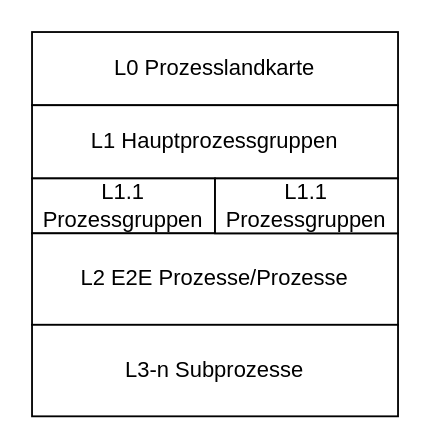
Above: L0-L3.drawio in Lupus1974/MyStuff (draw.io), before the change. Source tidied: cells renumbered, new cells numbered last; positions are measured from the earlier drawing's top-left corner, leaving out a move shared by most shapes. Both pictures are drawn from the tidied source at 183%, with x=0, y=0 at pixel (31, 31).
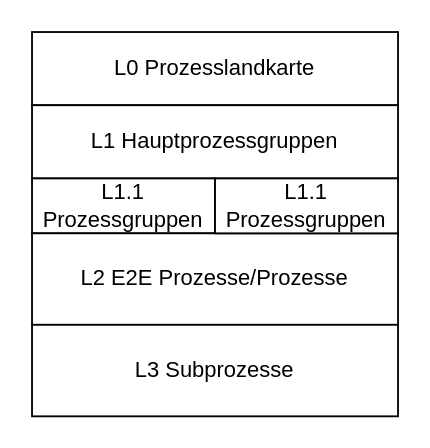
Above is the later version.

Diff of the diagram source:
```diff
@@
 <mxGraphModel>
   <root>
     <mxCell id="0" />
     <mxCell id="1" parent="0" />
     <mxCell id="2" value="L0 Prozesslandkarte" style="rounded=0;whiteSpace=wrap;html=1;fillColor=light-dark(#FFFFFF,#99FF99);fontColor=light-dark(#000000,#000000);" parent="1" vertex="1">
       <mxGeometry width="200" height="40" as="geometry" />
     </mxCell>
     <mxCell id="3" value="L1 Hauptprozessgruppen" style="rounded=0;whiteSpace=wrap;html=1;fillColor=light-dark(#FFFFFF,#007FFF);" parent="1" vertex="1">
       <mxGeometry y="40" width="200" height="40" as="geometry" />
     </mxCell>
     <mxCell id="4" value="L1.1 Prozessgruppen" style="rounded=0;whiteSpace=wrap;html=1;fillColor=light-dark(#FFFFFF,#66B2FF);" parent="1" vertex="1">
       <mxGeometry y="80" width="100" height="30" as="geometry" />
     </mxCell>
     <mxCell id="5" value="L2 E2E Prozesse/Prozesse" style="rounded=0;whiteSpace=wrap;html=1;fillColor=light-dark(#FFFFFF,#FF9933);" parent="1" vertex="1">
       <mxGeometry y="110" width="200" height="50" as="geometry" />
     </mxCell>
     <mxCell id="6" value="L1.1 Prozessgruppen" style="rounded=0;whiteSpace=wrap;html=1;strokeColor=light-dark(#000000,#FFFFFF);fillColor=light-dark(#FFFFFF,#66B2FF);" parent="1" vertex="1">
       <mxGeometry x="100" y="80" width="100" height="30" as="geometry" />
     </mxCell>
-    <mxCell id="7" value="L3-n Subprozesse" style="rounded=0;whiteSpace=wrap;html=1;fillColor=light-dark(#FFFFFF,#FFE6CC);fontColor=light-dark(#000000,#000000);" parent="1" vertex="1">
+    <mxCell id="7" value="L3 Subprozesse" style="rounded=0;whiteSpace=wrap;html=1;fillColor=light-dark(#FFFFFF,#FFE6CC);fontColor=light-dark(#000000,#000000);" parent="1" vertex="1">
       <mxGeometry y="160" width="200" height="50" as="geometry" />
     </mxCell>
   </root>
 </mxGraphModel>
```
